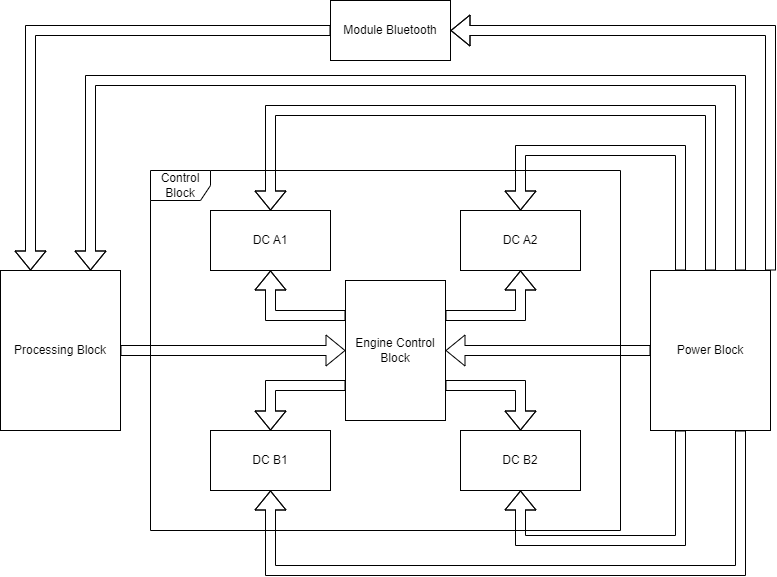
Above: Block Diagram.drawio.png in lil-dua/arduino_bluetooth_car (draw.io), before the change. Source tidied: cells renumbered, new cells last; positions are measured from the earlier drawing's top-left corner, leaving out a move shared by most shapes.
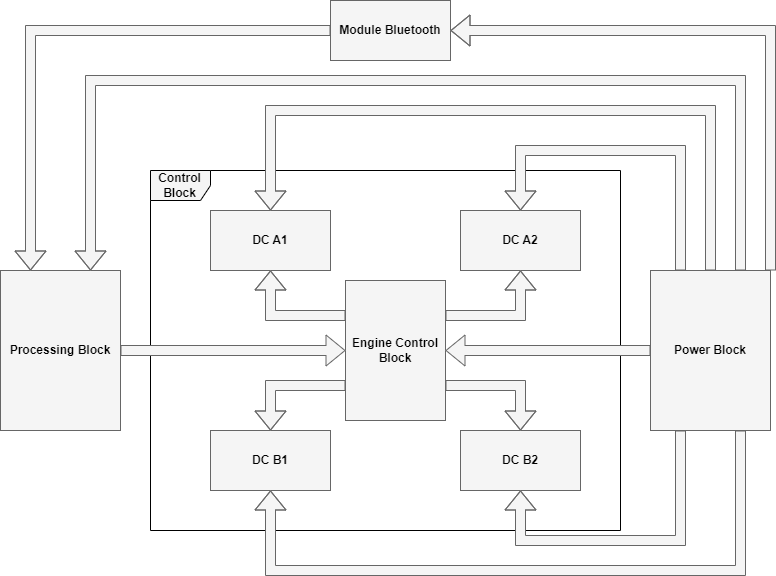
After the commit.

What changed in the source:
```diff
@@ -2,75 +2,75 @@
   <root>
     <mxCell id="0" />
     <mxCell id="1" parent="0" />
-    <mxCell id="2" value="Processing Block" style="rounded=0;whiteSpace=wrap;html=1;" parent="1" vertex="1">
+    <mxCell id="2" value="&lt;font color=&quot;#000000&quot;&gt;&lt;b&gt;Processing Block&lt;/b&gt;&lt;/font&gt;" style="rounded=0;whiteSpace=wrap;html=1;fillColor=#f5f5f5;strokeColor=#666666;fontColor=#333333;" parent="1" vertex="1">
       <mxGeometry y="270" width="120" height="160" as="geometry" />
     </mxCell>
-    <mxCell id="3" value="Control Block" style="shape=umlFrame;whiteSpace=wrap;html=1;" parent="1" vertex="1">
+    <mxCell id="3" value="&lt;b&gt;&lt;font color=&quot;#000000&quot;&gt;Control Block&lt;/font&gt;&lt;/b&gt;" style="shape=umlFrame;whiteSpace=wrap;html=1;fillColor=#f5f5f5;fontColor=#333333;strokeColor=#000000;" parent="1" vertex="1">
       <mxGeometry x="150" y="170" width="470" height="360" as="geometry" />
     </mxCell>
-    <mxCell id="4" value="Engine Control Block" style="rounded=0;whiteSpace=wrap;html=1;" parent="1" vertex="1">
+    <mxCell id="4" value="&lt;font color=&quot;#000000&quot;&gt;&lt;b&gt;Engine Control Block&lt;/b&gt;&lt;/font&gt;" style="rounded=0;whiteSpace=wrap;html=1;fillColor=#f5f5f5;fontColor=#333333;strokeColor=#666666;" parent="1" vertex="1">
       <mxGeometry x="345" y="280" width="100" height="140" as="geometry" />
     </mxCell>
-    <mxCell id="5" value="DC A1" style="rounded=0;whiteSpace=wrap;html=1;" parent="1" vertex="1">
+    <mxCell id="5" value="&lt;font style=&quot;&quot; color=&quot;#000000&quot;&gt;&lt;b&gt;DC A1&lt;/b&gt;&lt;/font&gt;" style="rounded=0;whiteSpace=wrap;html=1;fillColor=#f5f5f5;fontColor=#333333;strokeColor=#666666;" parent="1" vertex="1">
       <mxGeometry x="210" y="210" width="120" height="60" as="geometry" />
     </mxCell>
-    <mxCell id="6" value="DC B1" style="rounded=0;whiteSpace=wrap;html=1;" parent="1" vertex="1">
+    <mxCell id="6" value="&lt;b&gt;&lt;font color=&quot;#000000&quot;&gt;DC B1&lt;/font&gt;&lt;/b&gt;" style="rounded=0;whiteSpace=wrap;html=1;fillColor=#f5f5f5;fontColor=#333333;strokeColor=#666666;" parent="1" vertex="1">
       <mxGeometry x="210" y="430" width="120" height="60" as="geometry" />
     </mxCell>
-    <mxCell id="7" value="DC B2" style="rounded=0;whiteSpace=wrap;html=1;" parent="1" vertex="1">
+    <mxCell id="7" value="&lt;b&gt;&lt;font color=&quot;#000000&quot;&gt;DC B2&lt;/font&gt;&lt;/b&gt;" style="rounded=0;whiteSpace=wrap;html=1;fillColor=#f5f5f5;fontColor=#333333;strokeColor=#666666;" parent="1" vertex="1">
       <mxGeometry x="460" y="430" width="120" height="60" as="geometry" />
     </mxCell>
-    <mxCell id="8" value="DC A2" style="rounded=0;whiteSpace=wrap;html=1;" parent="1" vertex="1">
+    <mxCell id="8" value="&lt;font color=&quot;#000000&quot;&gt;&lt;b&gt;DC A2&lt;/b&gt;&lt;/font&gt;" style="rounded=0;whiteSpace=wrap;html=1;fillColor=#f5f5f5;fontColor=#333333;strokeColor=#666666;" parent="1" vertex="1">
       <mxGeometry x="460" y="210" width="120" height="60" as="geometry" />
     </mxCell>
-    <mxCell id="9" value="Module Bluetooth" style="rounded=0;whiteSpace=wrap;html=1;" parent="1" vertex="1">
+    <mxCell id="9" value="&lt;font color=&quot;#000000&quot;&gt;&lt;b&gt;Module Bluetooth&lt;/b&gt;&lt;/font&gt;" style="rounded=0;whiteSpace=wrap;html=1;fillColor=#f5f5f5;fontColor=#333333;strokeColor=#666666;" parent="1" vertex="1">
       <mxGeometry x="330" width="120" height="60" as="geometry" />
     </mxCell>
-    <mxCell id="10" value="Power Block" style="rounded=0;whiteSpace=wrap;html=1;" parent="1" vertex="1">
+    <mxCell id="10" value="&lt;font color=&quot;#000000&quot;&gt;&lt;b&gt;Power Block&lt;/b&gt;&lt;/font&gt;" style="rounded=0;whiteSpace=wrap;html=1;fillColor=#f5f5f5;fontColor=#333333;strokeColor=#666666;" parent="1" vertex="1">
       <mxGeometry x="650" y="270" width="120" height="160" as="geometry" />
     </mxCell>
-    <mxCell id="11" style="shape=flexArrow;endArrow=classic;html=1;rounded=0;exitX=0;exitY=0.25;exitDx=0;exitDy=0;entryX=0.5;entryY=1;entryDx=0;entryDy=0;" parent="1" edge="1" source="4" target="5">
+    <mxCell id="11" style="shape=flexArrow;endArrow=classic;html=1;rounded=0;exitX=0;exitY=0.25;exitDx=0;exitDy=0;entryX=0.5;entryY=1;entryDx=0;entryDy=0;fillColor=#f5f5f5;strokeColor=#666666;" parent="1" edge="1" source="4" target="5">
       <mxGeometry relative="1" as="geometry">
         <Array as="points">
           <mxPoint x="270" y="315" />
         </Array>
       </mxGeometry>
     </mxCell>
-    <mxCell id="12" style="shape=flexArrow;endArrow=classic;html=1;rounded=0;exitX=0;exitY=0.75;exitDx=0;exitDy=0;entryX=0.5;entryY=0;entryDx=0;entryDy=0;" parent="1" edge="1" source="4" target="6">
+    <mxCell id="12" style="shape=flexArrow;endArrow=classic;html=1;rounded=0;exitX=0;exitY=0.75;exitDx=0;exitDy=0;entryX=0.5;entryY=0;entryDx=0;entryDy=0;fillColor=#f5f5f5;strokeColor=#666666;" parent="1" edge="1" source="4" target="6">
       <mxGeometry relative="1" as="geometry">
         <Array as="points">
           <mxPoint x="270" y="385" />
         </Array>
       </mxGeometry>
     </mxCell>
-    <mxCell id="13" style="shape=flexArrow;endArrow=classic;html=1;rounded=0;exitX=1;exitY=0.25;exitDx=0;exitDy=0;entryX=0.5;entryY=1;entryDx=0;entryDy=0;" parent="1" edge="1" source="4" target="8">
+    <mxCell id="13" style="shape=flexArrow;endArrow=classic;html=1;rounded=0;exitX=1;exitY=0.25;exitDx=0;exitDy=0;entryX=0.5;entryY=1;entryDx=0;entryDy=0;fillColor=#f5f5f5;strokeColor=#666666;" parent="1" edge="1" source="4" target="8">
       <mxGeometry relative="1" as="geometry">
         <Array as="points">
           <mxPoint x="520" y="315" />
         </Array>
       </mxGeometry>
     </mxCell>
-    <mxCell id="14" style="shape=flexArrow;endArrow=classic;html=1;rounded=0;exitX=1;exitY=0.75;exitDx=0;exitDy=0;entryX=0.5;entryY=0;entryDx=0;entryDy=0;" parent="1" edge="1" source="4" target="7">
+    <mxCell id="14" style="shape=flexArrow;endArrow=classic;html=1;rounded=0;exitX=1;exitY=0.75;exitDx=0;exitDy=0;entryX=0.5;entryY=0;entryDx=0;entryDy=0;fillColor=#f5f5f5;strokeColor=#666666;" parent="1" edge="1" source="4" target="7">
       <mxGeometry relative="1" as="geometry">
         <Array as="points">
           <mxPoint x="520" y="385" />
         </Array>
       </mxGeometry>
     </mxCell>
-    <mxCell id="15" style="shape=flexArrow;endArrow=classic;html=1;rounded=0;exitX=1;exitY=0.5;exitDx=0;exitDy=0;entryX=0;entryY=0.5;entryDx=0;entryDy=0;" parent="1" edge="1" source="2" target="4">
+    <mxCell id="15" style="shape=flexArrow;endArrow=classic;html=1;rounded=0;exitX=1;exitY=0.5;exitDx=0;exitDy=0;entryX=0;entryY=0.5;entryDx=0;entryDy=0;fillColor=#f5f5f5;strokeColor=#666666;" parent="1" edge="1" source="2" target="4">
       <mxGeometry relative="1" as="geometry" />
     </mxCell>
-    <mxCell id="16" style="shape=flexArrow;endArrow=classic;html=1;rounded=0;exitX=0;exitY=0.5;exitDx=0;exitDy=0;entryX=1;entryY=0.5;entryDx=0;entryDy=0;" parent="1" edge="1" source="10" target="4">
+    <mxCell id="16" style="shape=flexArrow;endArrow=classic;html=1;rounded=0;exitX=0;exitY=0.5;exitDx=0;exitDy=0;entryX=1;entryY=0.5;entryDx=0;entryDy=0;fillColor=#f5f5f5;strokeColor=#666666;" parent="1" edge="1" source="10" target="4">
       <mxGeometry relative="1" as="geometry" />
     </mxCell>
-    <mxCell id="17" style="shape=flexArrow;endArrow=classic;html=1;rounded=0;entryX=0.25;entryY=0;entryDx=0;entryDy=0;exitX=0;exitY=0.5;exitDx=0;exitDy=0;" parent="1" edge="1" source="9" target="2">
+    <mxCell id="17" style="shape=flexArrow;endArrow=classic;html=1;rounded=0;entryX=0.25;entryY=0;entryDx=0;entryDy=0;exitX=0;exitY=0.5;exitDx=0;exitDy=0;fillColor=#f5f5f5;strokeColor=#666666;" parent="1" edge="1" source="9" target="2">
       <mxGeometry relative="1" as="geometry">
         <Array as="points">
           <mxPoint x="30" y="30" />
         </Array>
       </mxGeometry>
     </mxCell>
-    <mxCell id="18" style="shape=flexArrow;endArrow=classic;html=1;rounded=0;exitX=0.75;exitY=0;exitDx=0;exitDy=0;entryX=0.75;entryY=0;entryDx=0;entryDy=0;" parent="1" edge="1" source="10" target="2">
+    <mxCell id="18" style="shape=flexArrow;endArrow=classic;html=1;rounded=0;exitX=0.75;exitY=0;exitDx=0;exitDy=0;entryX=0.75;entryY=0;entryDx=0;entryDy=0;fillColor=#f5f5f5;strokeColor=#666666;" parent="1" edge="1" source="10" target="2">
       <mxGeometry relative="1" as="geometry">
         <Array as="points">
           <mxPoint x="740" y="80" />
@@ -78,14 +78,14 @@
         </Array>
       </mxGeometry>
     </mxCell>
-    <mxCell id="19" style="shape=flexArrow;endArrow=classic;html=1;rounded=0;exitX=1;exitY=0;exitDx=0;exitDy=0;entryX=1;entryY=0.5;entryDx=0;entryDy=0;" parent="1" edge="1" source="10" target="9">
+    <mxCell id="19" style="shape=flexArrow;endArrow=classic;html=1;rounded=0;exitX=1;exitY=0;exitDx=0;exitDy=0;entryX=1;entryY=0.5;entryDx=0;entryDy=0;fillColor=#f5f5f5;strokeColor=#666666;" parent="1" edge="1" source="10" target="9">
       <mxGeometry relative="1" as="geometry">
         <Array as="points">
           <mxPoint x="770" y="30" />
         </Array>
       </mxGeometry>
     </mxCell>
-    <mxCell id="20" style="shape=flexArrow;endArrow=classic;html=1;rounded=0;exitX=0.25;exitY=1;exitDx=0;exitDy=0;entryX=0.5;entryY=1;entryDx=0;entryDy=0;" parent="1" edge="1" source="10" target="7">
+    <mxCell id="20" style="shape=flexArrow;endArrow=classic;html=1;rounded=0;exitX=0.25;exitY=1;exitDx=0;exitDy=0;entryX=0.5;entryY=1;entryDx=0;entryDy=0;fillColor=#f5f5f5;strokeColor=#666666;" parent="1" edge="1" source="10" target="7">
       <mxGeometry relative="1" as="geometry">
         <Array as="points">
           <mxPoint x="680" y="540" />
@@ -93,7 +93,7 @@
         </Array>
       </mxGeometry>
     </mxCell>
-    <mxCell id="21" style="shape=flexArrow;endArrow=classic;html=1;rounded=0;exitX=0.75;exitY=1;exitDx=0;exitDy=0;entryX=0.5;entryY=1;entryDx=0;entryDy=0;" parent="1" edge="1" source="10" target="6">
+    <mxCell id="21" style="shape=flexArrow;endArrow=classic;html=1;rounded=0;exitX=0.75;exitY=1;exitDx=0;exitDy=0;entryX=0.5;entryY=1;entryDx=0;entryDy=0;fillColor=#f5f5f5;strokeColor=#666666;" parent="1" edge="1" source="10" target="6">
       <mxGeometry relative="1" as="geometry">
         <Array as="points">
           <mxPoint x="740" y="570" />
@@ -101,7 +101,7 @@
         </Array>
       </mxGeometry>
     </mxCell>
-    <mxCell id="22" style="shape=flexArrow;endArrow=classic;html=1;rounded=0;exitX=0.5;exitY=0;exitDx=0;exitDy=0;entryX=0.5;entryY=0;entryDx=0;entryDy=0;" parent="1" edge="1" source="10" target="5">
+    <mxCell id="22" style="shape=flexArrow;endArrow=classic;html=1;rounded=0;exitX=0.5;exitY=0;exitDx=0;exitDy=0;entryX=0.5;entryY=0;entryDx=0;entryDy=0;fillColor=#f5f5f5;strokeColor=#666666;" parent="1" edge="1" source="10" target="5">
       <mxGeometry relative="1" as="geometry">
         <Array as="points">
           <mxPoint x="710" y="110" />
@@ -109,7 +109,7 @@
         </Array>
       </mxGeometry>
     </mxCell>
-    <mxCell id="23" style="shape=flexArrow;endArrow=classic;html=1;rounded=0;exitX=0.25;exitY=0;exitDx=0;exitDy=0;entryX=0.5;entryY=0;entryDx=0;entryDy=0;" parent="1" edge="1" source="10" target="8">
+    <mxCell id="23" style="shape=flexArrow;endArrow=classic;html=1;rounded=0;exitX=0.25;exitY=0;exitDx=0;exitDy=0;entryX=0.5;entryY=0;entryDx=0;entryDy=0;fillColor=#f5f5f5;strokeColor=#666666;" parent="1" edge="1" source="10" target="8">
       <mxGeometry relative="1" as="geometry">
         <Array as="points">
           <mxPoint x="680" y="150" />
```
